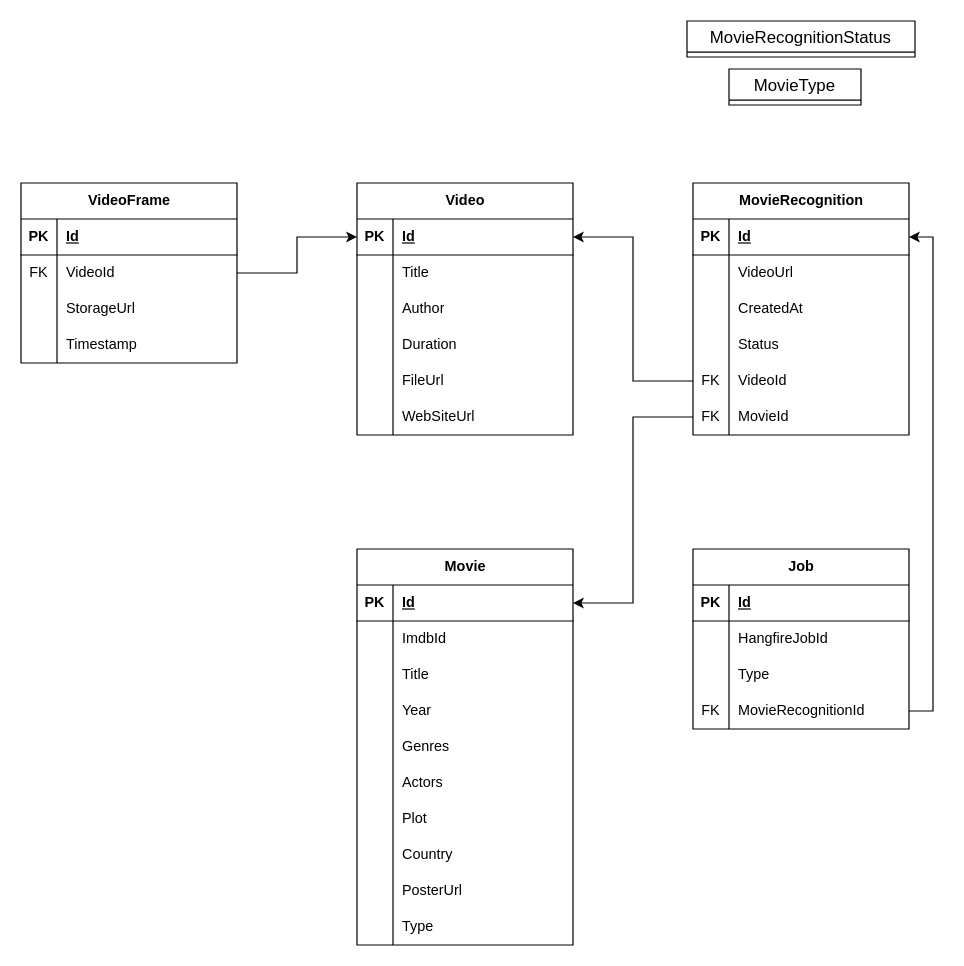
This is docs/MovieRecognizer.drawio from LipatovAlexander/MovieRecognizer, a draw.io file, before an edit. Source tidied: cells renumbered, new cells numbered last; positions are measured from the earlier drawing's top-left corner, leaving out a move shared by most shapes. Both pictures are drawn from the tidied source at 120%, with x=0, y=0 at pixel (20, 20).
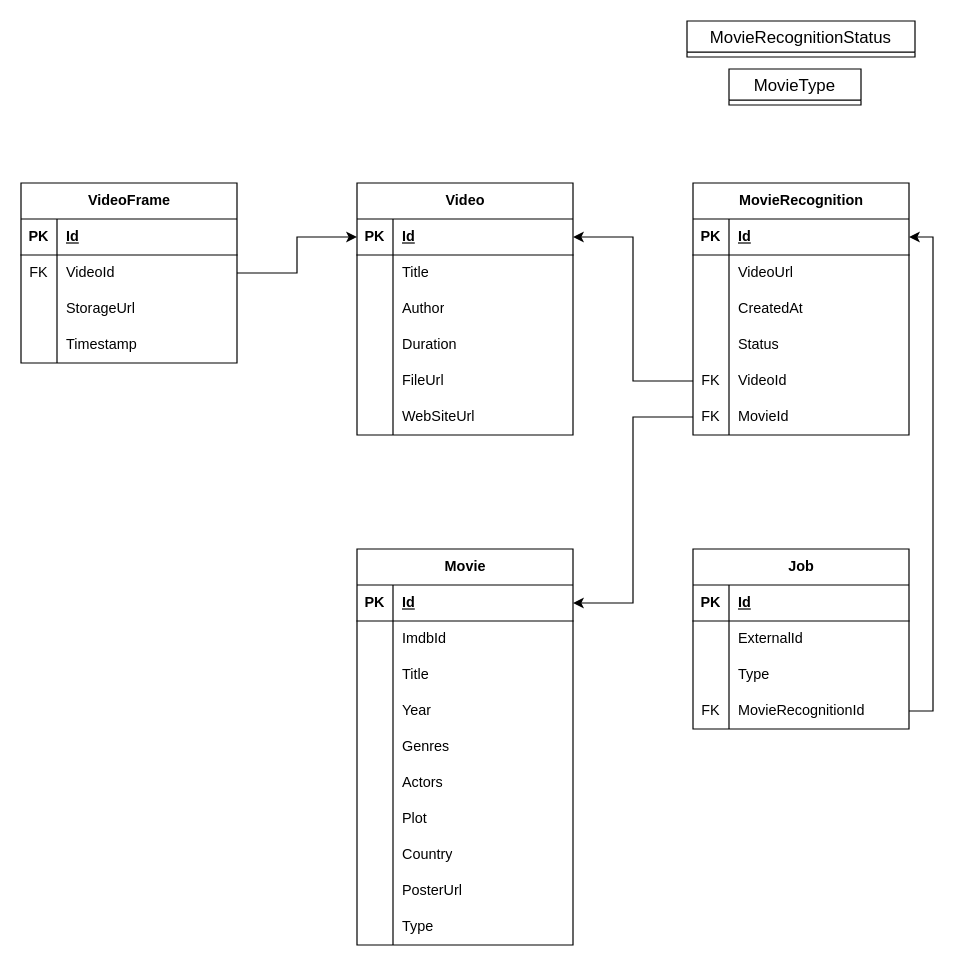
The same page after the edit.

The change refers to these unchanged cells:
```xml
<mxCell id="93" style="shape=tableRow;horizontal=0;startSize=0;swimlaneHead=0;swimlaneBody=0;fillColor=none;top=0;left=0;right=0;bottom=0;" parent="89" vertex="1">
  <mxGeometry y="60" width="180" height="30" as="geometry" />
</mxCell>
```

Change to the diagram source:
```diff
@@
-    <mxCell id="95" value="HangfireJobId" style="shape=partialRectangle;fillColor=none;top=0;left=0;bottom=0;right=0;align=left;spacingLeft=6;overflow=hidden;whiteSpace=wrap;html=1;" parent="93" vertex="1">
+    <mxCell id="95" value="ExternalId" style="shape=partialRectangle;fillColor=none;top=0;left=0;bottom=0;right=0;align=left;spacingLeft=6;overflow=hidden;whiteSpace=wrap;html=1;" parent="93" vertex="1">
       <mxGeometry x="30" width="150" height="30" as="geometry" />
     </mxCell>
```
